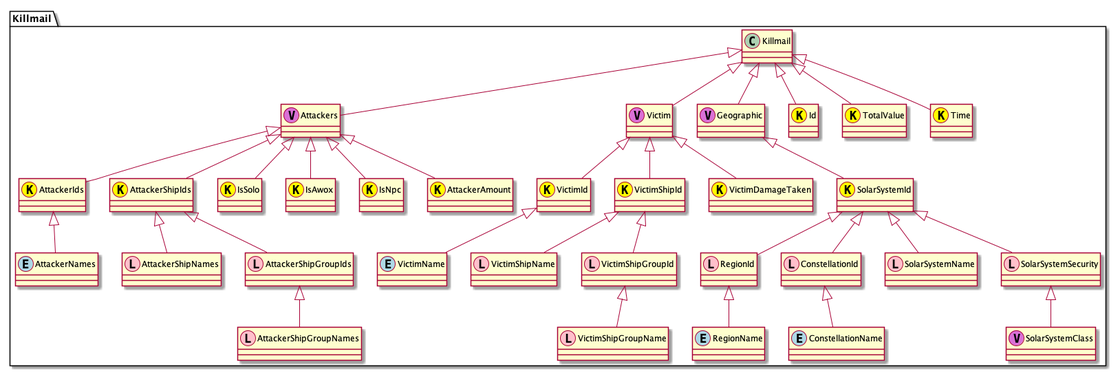
Above: ressources/ObjectUML.png in leonahess/zFlux (PlantUML), before the change.
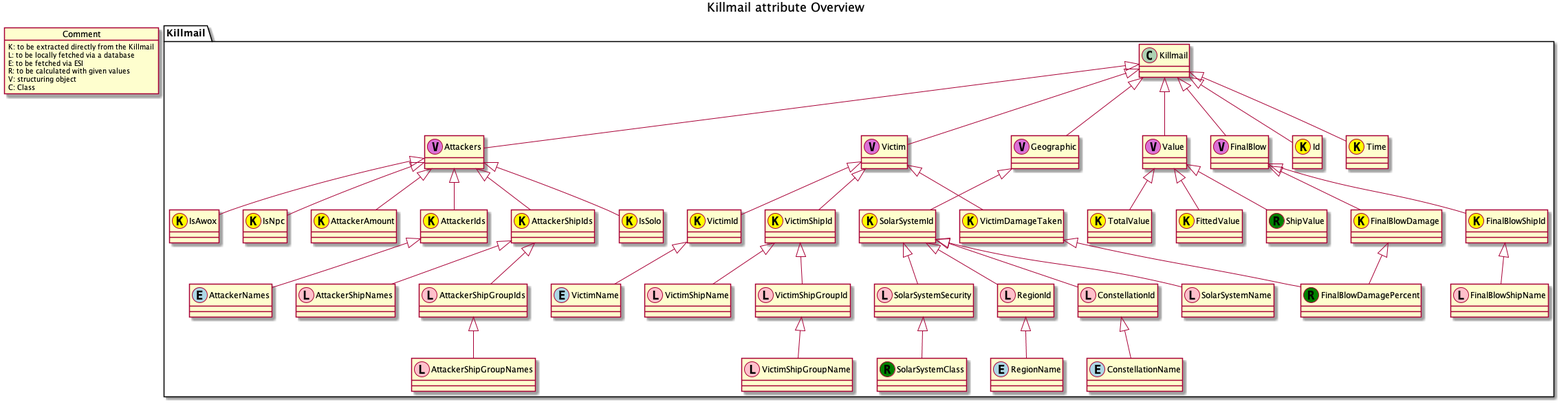
The same diagram one commit later.

Change to the diagram source:
```diff
@@ -1,10 +1,26 @@
 @startuml
+
+title Killmail attribute Overview
+
+
+object Comment{
+    K: to be extracted directly from the Killmail
+    L: to be locally fetched via a database
+    E: to be fetched via ESI
+    R: to be calculated with given values
+    V: structuring object
+    C: Class
+}
+
 package Killmail <<Folder>>{
+
 class Killmail
 
 Class Attackers << (V, orchid) >>
 Class Victim << (V, orchid) >>
 class Geographic << (V, orchid) >>
+class Value << (V, orchid) >>
+class FinalBlow << (V, orchid) >>
 
 class VictimId << (K, yellow) >>
 class VictimName << (E, lightblue) >>
@@ -28,25 +44,44 @@
 class SolarSystemId << (K, yellow) >>
 class SolarSystemName << (L, pink) >>
 class SolarSystemSecurity << (L, pink) >>
-class SolarSystemClass << (V, orchid) >>
+class SolarSystemClass << (R, green) >>
 
 class Id << (K, yellow) >>
 class TotalValue << (K, yellow) >>
+class FittedValue << (K, yellow) >>
+class ShipValue << (R, green) >>
 class Time << (K, yellow) >>
 class IsSolo << (K, yellow) >>
 class IsAwox << (K, yellow) >>
 class IsNpc << (K, yellow) >>
 class AttackerAmount << (K, yellow) >>
 class VictimDamageTaken << (K, yellow) >>
+
+class FinalBlowShipId << (K, yellow) >>
+class FinalBlowShipName << (L, pink) >>
+class FinalBlowDamage << (K, yellow) >>
+class FinalBlowDamagePercent << (R, green) >>
 }
 
 Killmail <|-down- Attackers
 Killmail <|-down- Victim
 Killmail <|-down- Geographic
 Killmail <|-down- Id
-Killmail <|-down- TotalValue
 Killmail <|-down- Time
+Killmail <|-down- Value
+Killmail <|-down- FinalBlow
 
+Value <|-down- TotalValue
+Value <|-down- FittedValue
+Value <|-down- ShipValue
+
+FinalBlow <|-down- FinalBlowShipId
+FinalBlow <|-down- FinalBlowDamage
+
+FinalBlowDamage <|-down- FinalBlowDamagePercent
+VictimDamageTaken <|-down- FinalBlowDamagePercent
+
+FinalBlowShipId <|-down- FinalBlowShipName
 
 Geographic <|-down- SolarSystemId
 
```
